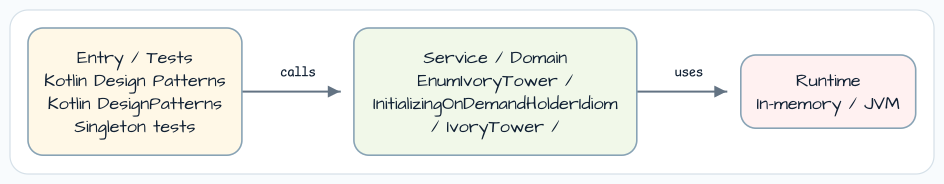
Before: docs/images/readme-diagrams/kotlin-design-patterns-src-main-kotlin-io-bluetape4k-workshop-kotlin-designpatterns-singleton-readme-architecture-01.png, a diagram exported from Graphviz (bluetape4k/bluetape4k-workshop). Its source is kept beside it as docs/images/readme-diagrams/kotlin-design-patterns-src-main-kotlin-io-bluetape4k-workshop-kotlin-designpatterns-singleton-readme-architecture-01.dot.
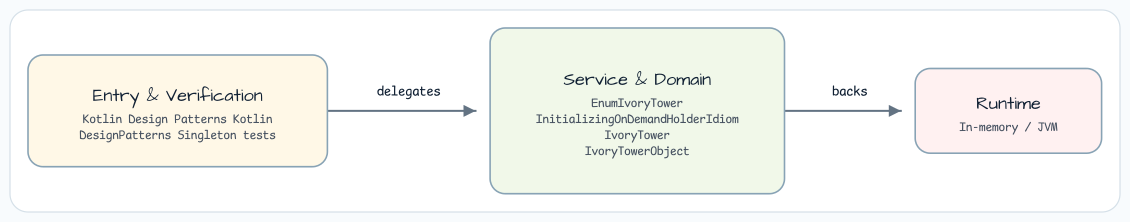
The same file after the commit.

The edit, as a diff of the source:
```diff
@@ -3,8 +3,8 @@
     rankdir=LR,
     bgcolor="white",
     pad="0.35",
-    nodesep="0.55",
-    ranksep="0.75",
+    nodesep="0.70",
+    ranksep="0.95",
     splines=ortho,
     outputorder=edgesfirst
   ];
@@ -16,7 +16,7 @@
     fillcolor="#F6FAFF",
     fontname="Architects Daughter",
     fontsize=14,
-    margin="0.14,0.10"
+    margin="0.20,0.16"
   ];
   edge [
     color="#637383",
@@ -26,10 +26,10 @@
     fontsize=11
   ];
 
-  entry [label="Entry / Tests\nKotlin Design Patterns\nKotlin DesignPatterns\nSingleton tests", fillcolor="#FFF8E7"];
-  service [label="Service / Domain\nEnumIvoryTower /\nInitializingOnDemandHolderIdiom\n/ IvoryTower /", fillcolor="#F1F8E9"];
+  entry [label="Entry & Verification\nKotlin Design Patterns Kotlin\nDesignPatterns Singleton tests", fillcolor="#FFF8E7"];
+  service [label="Service & Domain\nEnumIvoryTower\nInitializingOnDemandHolderIdiom\nIvoryTower\nIvoryTowerObject", fillcolor="#F1F8E9"];
   runtime [label="Runtime\nIn-memory / JVM", fillcolor="#FFF1F1"];
 
-  entry -> service [label="calls"];
-  service -> runtime [label="uses"];
+  entry -> service [label="delegates"];
+  service -> runtime [label="backs"];
 }
```
